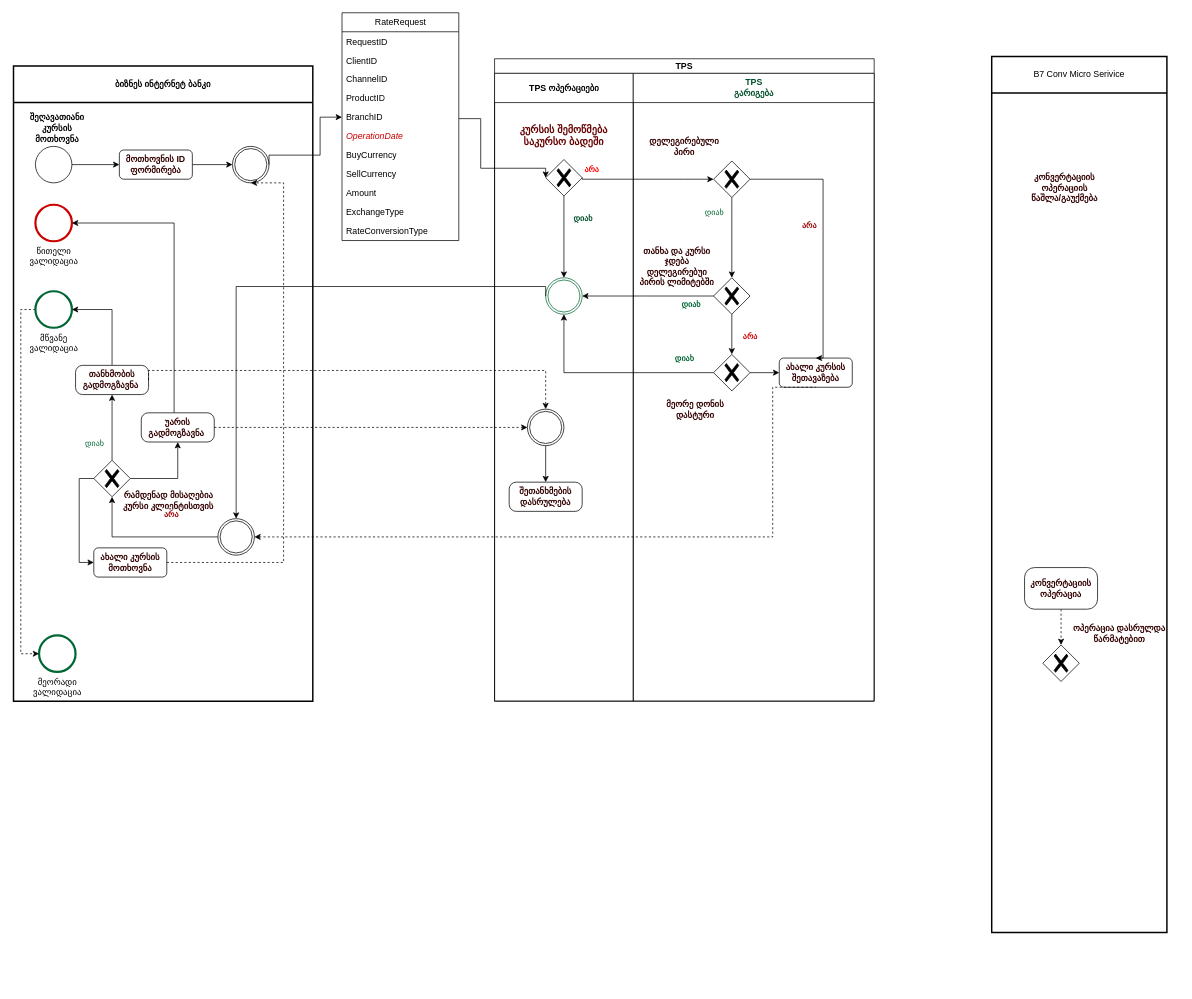
vaso514d/drawio keeps this draw.io diagram as page "შეღავათიანიi კურსზე შეთანხმება" (1 of 4) of RateDealProcessDiagram.drawio. Above is the earlier version. Source tidied: cells renumbered, new cells numbered last; positions are measured from the earlier drawing's top-left corner, leaving out a move shared by most shapes. Both pictures are drawn from the tidied source at 73%, with x=0, y=0 at pixel (13, 12).
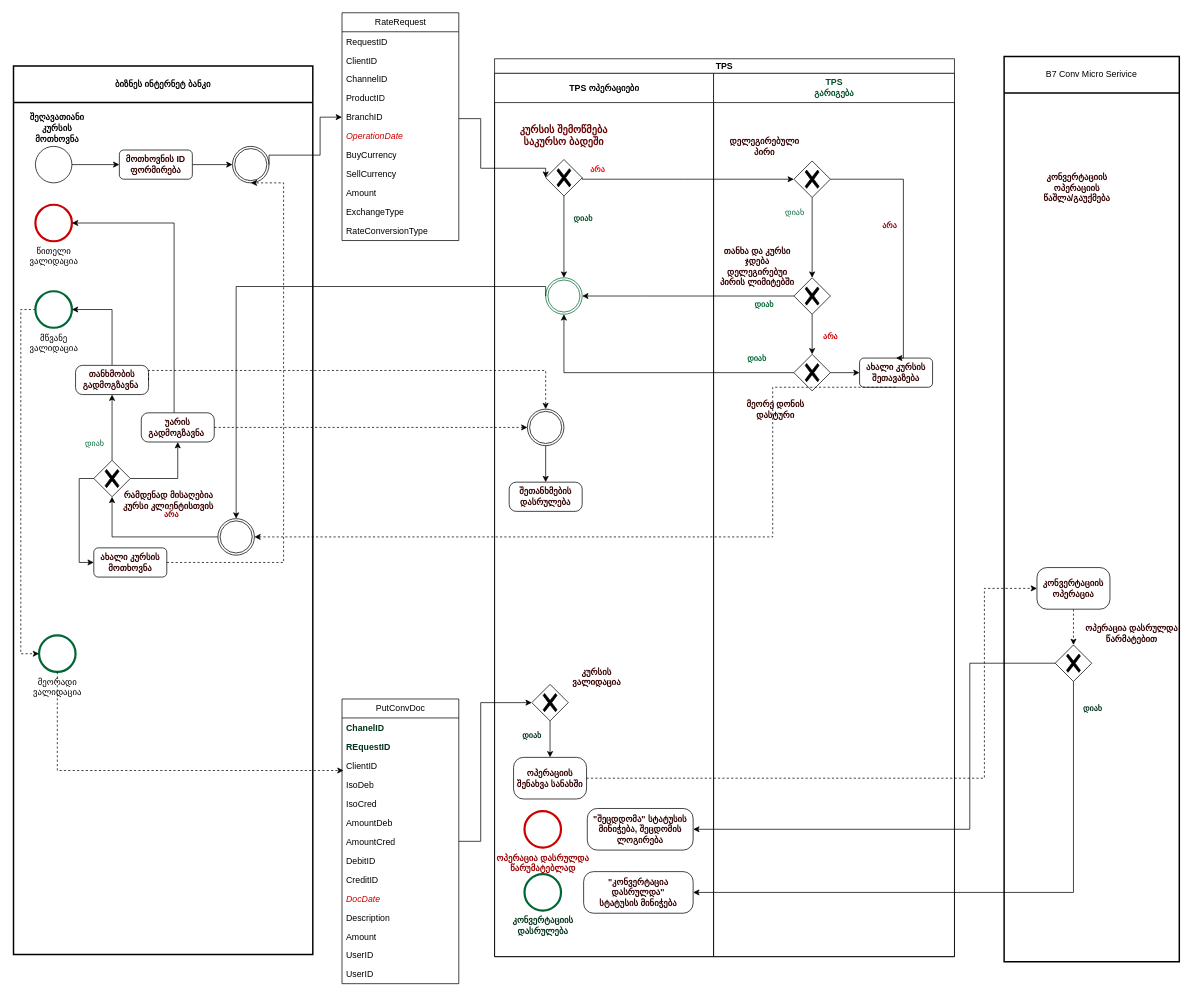
After the change.

Unchanged cells that the change refers to:
```xml
<mxCell id="27" value="მეორადი&lt;br&gt;ვალიდაცია" style="points=[[0.145,0.145,0],[0.5,0,0],[0.855,0.145,0],[1,0.5,0],[0.855,0.855,0],[0.5,1,0],[0.145,0.855,0],[0,0.5,0]];shape=mxgraph.bpmn.event;html=1;verticalLabelPosition=bottom;labelBackgroundColor=#ffffff;verticalAlign=top;align=center;perimeter=ellipsePerimeter;outlineConnect=0;outline=end;symbol=terminate2;fontColor=#000000;strokeColor=#006633;" parent="2" vertex="1">
  <mxGeometry x="35" y="780" width="50" height="50" as="geometry" />
</mxCell>
<mxCell id="79" value="&lt;b&gt;კონვერტაციის&lt;br&gt;ოპერაცია&lt;br&gt;&lt;/b&gt;" style="rounded=1;whiteSpace=wrap;html=1;labelBackgroundColor=none;fontColor=#330000;arcSize=24;" parent="76" vertex="1">
  <mxGeometry x="45" y="700" width="100" height="57" as="geometry" />
</mxCell>
<mxCell id="80" style="points=[[0.25,0.25,0],[0.5,0,0],[0.75,0.25,0],[1,0.5,0],[0.75,0.75,0],[0.5,1,0],[0.25,0.75,0],[0,0.5,0]];shape=mxgraph.bpmn.gateway2;html=1;verticalLabelPosition=bottom;labelBackgroundColor=#ffffff;verticalAlign=top;align=center;perimeter=rhombusPerimeter;outlineConnect=0;outline=none;symbol=none;gwType=exclusive;fontColor=#CC0000;" parent="76" vertex="1">
  <mxGeometry x="70" y="806" width="50" height="50" as="geometry" />
</mxCell>
```

What changed in the source:
```diff
@@
     <mxCell id="2" value="&lt;b&gt;ბიზნეს ინტერნეტ ბანკი&lt;/b&gt;" style="swimlane;html=1;startSize=50;fontStyle=0;horizontal=1;swimlaneLine=1;strokeWidth=2;swimlaneFillColor=#ffffff;whiteSpace=wrap;" parent="1" vertex="1">
-      <mxGeometry y="73" width="410" height="870" as="geometry" />
+      <mxGeometry y="73" width="410" height="1217" as="geometry" />
     </mxCell>
@@
     <mxCell id="28" value="TPS" style="swimlane;html=1;startSize=20;whiteSpace=wrap;" parent="1" vertex="1">
-      <mxGeometry x="659" y="63" width="520" height="880" as="geometry" />
+      <mxGeometry x="659" y="63" width="630" height="1230" as="geometry" />
     </mxCell>
@@
     <mxCell id="35" value="TPS ოპერაციები" style="swimlane;html=1;startSize=40;" parent="28" vertex="1">
-      <mxGeometry y="20" width="190" height="860" as="geometry" />
+      <mxGeometry y="20" width="300" height="1210" as="geometry" />
     </mxCell>
@@
+    <mxCell id="82" value="დიახ" style="edgeStyle=orthogonalEdgeStyle;rounded=0;jettySize=auto;html=1;entryX=0.5;entryY=0;entryDx=0;entryDy=0;fontColor=#00331A;fontStyle=1;" parent="35" edge="1" source="83" target="85">
+      <mxGeometry x="-0.2" y="-25" relative="1" as="geometry" />
+    </mxCell>
+    <mxCell id="83" style="points=[[0.25,0.25,0],[0.5,0,0],[0.75,0.25,0],[1,0.5,0],[0.75,0.75,0],[0.5,1,0],[0.25,0.75,0],[0,0.5,0]];shape=mxgraph.bpmn.gateway2;html=1;verticalLabelPosition=bottom;labelBackgroundColor=#ffffff;verticalAlign=top;align=center;perimeter=rhombusPerimeter;outlineConnect=0;outline=none;symbol=none;gwType=exclusive;fontColor=#CC0000;" parent="35" vertex="1">
+      <mxGeometry x="51" y="837" width="50" height="50" as="geometry" />
+    </mxCell>
+    <mxCell id="84" value="&lt;font color=&quot;#330000&quot;&gt;კურსის&lt;br&gt;ვალიდაცია&lt;br&gt;&lt;/font&gt;" style="text;html=1;strokeColor=none;fillColor=none;align=center;verticalAlign=middle;whiteSpace=wrap;rounded=0;fontColor=#CC0000;fontStyle=1;" parent="35" vertex="1">
+      <mxGeometry x="95" y="807" width="90" height="40" as="geometry" />
+    </mxCell>
+    <mxCell id="85" value="&lt;b&gt;ოპერაციის შენახვა სანახში&lt;/b&gt;" style="rounded=1;whiteSpace=wrap;html=1;labelBackgroundColor=none;fontColor=#330000;arcSize=24;" parent="35" vertex="1">
+      <mxGeometry x="26" y="937" width="100" height="57" as="geometry" />
+    </mxCell>
+    <mxCell id="86" value="&lt;b&gt;&lt;font color=&quot;#990000&quot;&gt;ოპერაცია დასრულდა&lt;br&gt;წარუმატებლად&lt;/font&gt;&lt;/b&gt;" style="shape=mxgraph.bpmn.event;html=1;verticalLabelPosition=bottom;labelBackgroundColor=#ffffff;verticalAlign=top;align=center;perimeter=ellipsePerimeter;outline=end;symbol=terminate2;strokeColor=#CC0000;" parent="35" vertex="1">
+      <mxGeometry x="41" y="1010.5" width="50" height="50" as="geometry" />
+    </mxCell>
+    <mxCell id="87" value="&lt;b&gt;&quot;შეცდდომა&quot; სტატუსის&lt;br&gt;მინიჭება, შეცდომის ლოგირება&lt;br&gt;&lt;/b&gt;" style="rounded=1;whiteSpace=wrap;html=1;labelBackgroundColor=none;fontColor=#330000;arcSize=24;" parent="35" vertex="1">
+      <mxGeometry x="127" y="1007" width="145" height="57" as="geometry" />
+    </mxCell>
+    <mxCell id="88" value="&lt;b&gt;&lt;font color=&quot;#00331a&quot;&gt;კონვერტაციის&lt;br&gt;დასრულება&lt;/font&gt;&lt;/b&gt;" style="shape=mxgraph.bpmn.event;html=1;verticalLabelPosition=bottom;labelBackgroundColor=#ffffff;verticalAlign=top;align=center;perimeter=ellipsePerimeter;outline=end;symbol=terminate2;fontColor=#000000;strokeColor=#006633;" parent="35" vertex="1">
+      <mxGeometry x="41" y="1097" width="50" height="50" as="geometry" />
+    </mxCell>
+    <mxCell id="89" value="&lt;b&gt;&quot;კონვერტაცია დასრულდა&quot;&lt;br&gt;სტატუსის მინიჭება&lt;br&gt;&lt;/b&gt;" style="rounded=1;whiteSpace=wrap;html=1;labelBackgroundColor=none;fontColor=#330000;arcSize=24;" parent="35" vertex="1">
+      <mxGeometry x="122" y="1093.5" width="150" height="57" as="geometry" />
+    </mxCell>
     <mxCell id="44" value="&lt;b style=&quot;border-color: var(--border-color); color: rgb(0, 79, 40);&quot;&gt;TPS&lt;br style=&quot;border-color: var(--border-color);&quot;&gt;გარიგება&lt;/b&gt;" style="swimlane;html=1;startSize=40;" parent="28" vertex="1">
-      <mxGeometry x="190" y="20" width="330" height="860" as="geometry" />
+      <mxGeometry x="300" y="20" width="330" height="1210" as="geometry" />
     </mxCell>
@@
     <mxCell id="76" value="B7 Conv Micro Serivice" style="swimlane;html=1;startSize=50;fontStyle=0;horizontal=1;swimlaneLine=1;strokeWidth=2;swimlaneFillColor=#ffffff;whiteSpace=wrap;" parent="1" vertex="1">
-      <mxGeometry x="1340" y="60" width="240" height="1200" as="geometry" />
+      <mxGeometry x="1357" y="60" width="240" height="1240" as="geometry" />
     </mxCell>
@@
+    <mxCell id="90" style="edgeStyle=orthogonalEdgeStyle;rounded=0;jettySize=auto;html=1;entryX=0;entryY=0.5;entryDx=0;entryDy=0;entryPerimeter=0;fontColor=#00331A;" parent="1" edge="1" source="91" target="83">
+      <mxGeometry relative="1" as="geometry">
+        <Array as="points">
+          <mxPoint x="640" y="1135" />
+          <mxPoint x="640" y="945" />
+        </Array>
+      </mxGeometry>
+    </mxCell>
+    <mxCell id="91" value="PutConvDoc" style="swimlane;fontStyle=0;horizontal=1;startSize=26;fillColor=none;html=1;fontColor=#000000;" parent="1" vertex="1">
+      <mxGeometry x="450" y="940" width="160" height="390" as="geometry" />
+    </mxCell>
+    <mxCell id="92" value="ChanelID" style="text;strokeColor=none;fillColor=none;align=left;verticalAlign=top;spacingLeft=4;spacingRight=4;overflow=hidden;whiteSpace=wrap;html=1;fontColor=#00331A;fontStyle=1;" parent="91" vertex="1">
+      <mxGeometry y="26" width="160" height="26" as="geometry" />
+    </mxCell>
+    <mxCell id="93" value="REquestID" style="text;strokeColor=none;fillColor=none;align=left;verticalAlign=top;spacingLeft=4;spacingRight=4;overflow=hidden;whiteSpace=wrap;html=1;fontColor=#00331A;fontStyle=1;" parent="91" vertex="1">
+      <mxGeometry y="52" width="160" height="26" as="geometry" />
+    </mxCell>
+    <mxCell id="94" value="ClientID" style="text;strokeColor=none;fillColor=none;align=left;verticalAlign=top;spacingLeft=4;spacingRight=4;overflow=hidden;points=[[0,0.5],[1,0.5]];portConstraint=eastwest;whiteSpace=wrap;html=1;fontColor=#000000;" parent="91" vertex="1">
+      <mxGeometry y="78" width="160" height="26" as="geometry" />
+    </mxCell>
+    <mxCell id="95" value="IsoDeb" style="text;strokeColor=none;fillColor=none;align=left;verticalAlign=top;spacingLeft=4;spacingRight=4;overflow=hidden;whiteSpace=wrap;html=1;fontColor=#000000;" parent="91" vertex="1">
+      <mxGeometry y="104" width="160" height="26" as="geometry" />
+    </mxCell>
+    <mxCell id="96" value="IsoCred" style="text;strokeColor=none;fillColor=none;align=left;verticalAlign=top;spacingLeft=4;spacingRight=4;overflow=hidden;whiteSpace=wrap;html=1;fontColor=#000000;" parent="91" vertex="1">
+      <mxGeometry y="130" width="160" height="26" as="geometry" />
+    </mxCell>
+    <mxCell id="97" value="AmountDeb" style="text;strokeColor=none;fillColor=none;align=left;verticalAlign=top;spacingLeft=4;spacingRight=4;overflow=hidden;whiteSpace=wrap;html=1;fontColor=#000000;" parent="91" vertex="1">
+      <mxGeometry y="156" width="160" height="26" as="geometry" />
+    </mxCell>
+    <mxCell id="98" value="AmountCred" style="text;strokeColor=none;fillColor=none;align=left;verticalAlign=top;spacingLeft=4;spacingRight=4;overflow=hidden;whiteSpace=wrap;html=1;fontColor=#000000;" parent="91" vertex="1">
+      <mxGeometry y="182" width="160" height="26" as="geometry" />
+    </mxCell>
+    <mxCell id="99" value="DebitID" style="text;strokeColor=none;fillColor=none;align=left;verticalAlign=top;spacingLeft=4;spacingRight=4;overflow=hidden;whiteSpace=wrap;html=1;fontColor=#000000;" parent="91" vertex="1">
+      <mxGeometry y="208" width="160" height="26" as="geometry" />
+    </mxCell>
+    <mxCell id="100" value="CreditID" style="text;strokeColor=none;fillColor=none;align=left;verticalAlign=top;spacingLeft=4;spacingRight=4;overflow=hidden;whiteSpace=wrap;html=1;fontColor=#000000;" parent="91" vertex="1">
+      <mxGeometry y="234" width="160" height="26" as="geometry" />
+    </mxCell>
+    <mxCell id="101" value="DocDate" style="text;strokeColor=none;fillColor=none;align=left;verticalAlign=top;spacingLeft=4;spacingRight=4;overflow=hidden;whiteSpace=wrap;html=1;fontColor=#CC0000;fontStyle=2;" parent="91" vertex="1">
+      <mxGeometry y="260" width="160" height="26" as="geometry" />
+    </mxCell>
+    <mxCell id="102" value="Description" style="text;strokeColor=none;fillColor=none;align=left;verticalAlign=top;spacingLeft=4;spacingRight=4;overflow=hidden;whiteSpace=wrap;html=1;fontColor=#000000;" parent="91" vertex="1">
+      <mxGeometry y="286" width="160" height="26" as="geometry" />
+    </mxCell>
+    <mxCell id="103" value="Amount" style="text;strokeColor=none;fillColor=none;align=left;verticalAlign=top;spacingLeft=4;spacingRight=4;overflow=hidden;whiteSpace=wrap;html=1;fontColor=#000000;" parent="91" vertex="1">
+      <mxGeometry y="312" width="160" height="26" as="geometry" />
+    </mxCell>
+    <mxCell id="104" value="UserID" style="text;strokeColor=none;fillColor=none;align=left;verticalAlign=top;spacingLeft=4;spacingRight=4;overflow=hidden;whiteSpace=wrap;html=1;fontColor=#000000;" parent="91" vertex="1">
+      <mxGeometry y="338" width="160" height="26" as="geometry" />
+    </mxCell>
+    <mxCell id="105" value="UserID" style="text;strokeColor=none;fillColor=none;align=left;verticalAlign=top;spacingLeft=4;spacingRight=4;overflow=hidden;whiteSpace=wrap;html=1;fontColor=#000000;" parent="91" vertex="1">
+      <mxGeometry y="364" width="160" height="26" as="geometry" />
+    </mxCell>
+    <mxCell id="106" style="edgeStyle=orthogonalEdgeStyle;rounded=0;jettySize=auto;html=1;entryX=0.013;entryY=0.769;entryDx=0;entryDy=0;entryPerimeter=0;dashed=1;fontColor=#00331A;" parent="1" edge="1" source="27" target="94">
+      <mxGeometry relative="1" as="geometry" />
+    </mxCell>
+    <mxCell id="107" style="edgeStyle=orthogonalEdgeStyle;rounded=0;jettySize=auto;html=1;entryX=0;entryY=0.5;entryDx=0;entryDy=0;fontColor=#00331A;dashed=1;" parent="1" edge="1" source="85" target="79">
+      <mxGeometry relative="1" as="geometry">
+        <Array as="points">
+          <mxPoint x="1330" y="1049" />
+          <mxPoint x="1330" y="789" />
+        </Array>
+      </mxGeometry>
+    </mxCell>
+    <mxCell id="108" style="edgeStyle=orthogonalEdgeStyle;rounded=0;jettySize=auto;html=1;entryX=1;entryY=0.5;entryDx=0;entryDy=0;fontColor=#00331A;" parent="1" edge="1" source="80" target="89">
+      <mxGeometry relative="1" as="geometry">
+        <Array as="points">
+          <mxPoint x="1452" y="1205" />
+        </Array>
+      </mxGeometry>
+    </mxCell>
+    <mxCell id="109" value="დიახ" style="edgeLabel;html=1;align=center;verticalAlign=middle;fontColor=#00331A;fontStyle=1;" parent="108" vertex="1">
+      <mxGeometry x="-0.89" y="-1" relative="1" as="geometry">
+        <mxPoint x="26" y="-9" as="offset" />
+      </mxGeometry>
+    </mxCell>
+    <mxCell id="110" style="edgeStyle=orthogonalEdgeStyle;rounded=0;jettySize=auto;html=1;entryX=1;entryY=0.5;entryDx=0;entryDy=0;fontColor=#00331A;" parent="1" edge="1" source="80" target="87">
+      <mxGeometry relative="1" as="geometry">
+        <Array as="points">
+          <mxPoint x="1310" y="891" />
+          <mxPoint x="1310" y="1119" />
+        </Array>
+      </mxGeometry>
+    </mxCell>
```
